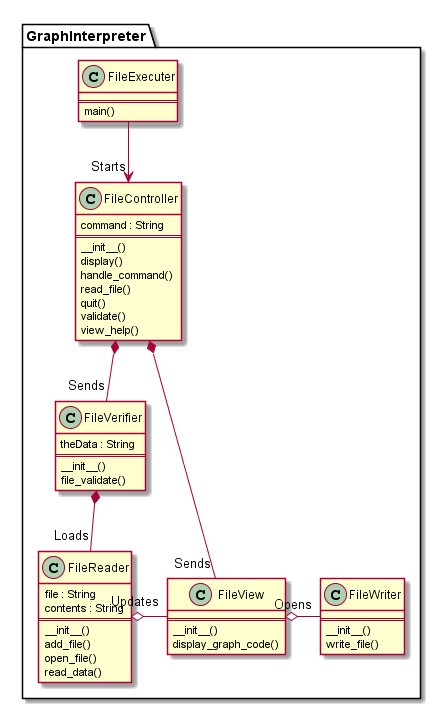
Earlier version of the PlantUML export Graph.png (Matt-13/AraPythonProject). Its diagram source:
```plantuml
@startuml
package GraphInterpreter {
class FileController {
command : String
==
__init__()
display()
handle_command()
read_file()
quit()
validate()
view_help()
}
class FileVerifier {
theData : String
==
__init__()
file_validate()
}
class FileReader {
file : String
contents : String
==
__init__()
add_file()
open_file()
read_data()
}
class FileView {
==
__init__()
display_graph_code()
}
class FileWriter {
==
__init__()
write_file()
}
class FileExecuter {
==
main()
}
FileController *-- "Sends" FileVerifier
FileController *-- "Sends" FileView
FileVerifier *-- "Loads" FileReader
FileReader o- "Updates" FileView
FileView o- "Opens" FileWriter
FileExecuter --> "Starts" FileController
}
@enduml
```
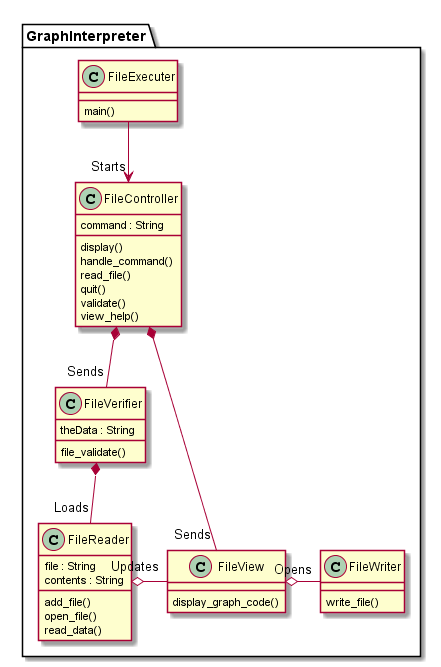
The same file after the commit.

Change to the diagram source:
```diff
@@ -2,8 +2,6 @@
 package GraphInterpreter {
 class FileController {
 command : String
-==
-__init__()
 display()
 handle_command()
 read_file()
@@ -13,31 +11,22 @@
 }
 class FileVerifier {
 theData : String
-==
-__init__()
 file_validate()
 }
 class FileReader {
 file : String
 contents : String
-==
-__init__()
 add_file()
 open_file()
 read_data()
 }
 class FileView {
-==
-__init__()
 display_graph_code()
 }
 class FileWriter {
-==
-__init__()
 write_file()
 }
 class FileExecuter {
-==
 main()
 }
 FileController *-- "Sends" FileVerifier
@@ -47,4 +36,6 @@
 FileView o- "Opens" FileWriter
 FileExecuter --> "Starts" FileController
 }
+
+
 @enduml
```
